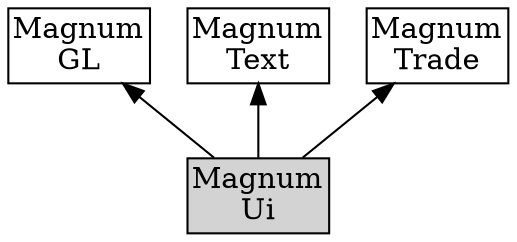
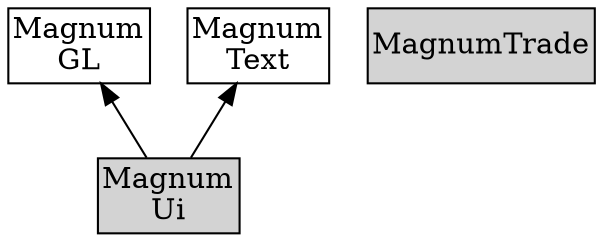
/*
    This file is part of Magnum.

    Copyright © 2010, 2011, 2012, 2013, 2014, 2015, 2016, 2017, 2018, 2019,
                2020, 2021, 2022, 2023, 2024, 2025, 2026
              Vladimír Vondruš <mosra@centrum.cz>

    Permission is hereby granted, free of charge, to any person obtaining a
    copy of this software and associated documentation files (the "Software"),
    to deal in the Software without restriction, including without limitation
    the rights to use, copy, modify, merge, publish, distribute, sublicense,
    and/or sell copies of the Software, and to permit persons to whom the
    Software is furnished to do so, subject to the following conditions:

    The above copyright notice and this permission notice shall be included
    in all copies or substantial portions of the Software.

    THE SOFTWARE IS PROVIDED "AS IS", WITHOUT WARRANTY OF ANY KIND, EXPRESS OR
    IMPLIED, INCLUDING BUT NOT LIMITED TO THE WARRANTIES OF MERCHANTABILITY,
    FITNESS FOR A PARTICULAR PURPOSE AND NONINFRINGEMENT. IN NO EVENT SHALL
    THE AUTHORS OR COPYRIGHT HOLDERS BE LIABLE FOR ANY CLAIM, DAMAGES OR OTHER
    LIABILITY, WHETHER IN AN ACTION OF CONTRACT, TORT OR OTHERWISE, ARISING
    FROM, OUT OF OR IN CONNECTION WITH THE SOFTWARE OR THE USE OR OTHER
    DEALINGS IN THE SOFTWARE.
*/

digraph "Magnum Extras dependency order" {
    rankdir=BT
    ranksep=0.5
    node [style=filled shape=rect margin="0.03,0.03"]

    MagnumGL [style=solid label="Magnum\nGL" class="m-info"]
    MagnumText [style=solid label="Magnum\nText" class="m-info"]
-     MagnumTrade [style=solid label="Magnum\nTrade" class="m-info"]

-     {rank=same MagnumGL MagnumText MagnumTrade}
+     {rank=same MagnumGL MagnumTrade}

    MagnumUi [label="Magnum\nUi" class="m-info"]

    MagnumUi -> MagnumGL
    MagnumUi -> MagnumText
-     MagnumUi -> MagnumTrade
}
